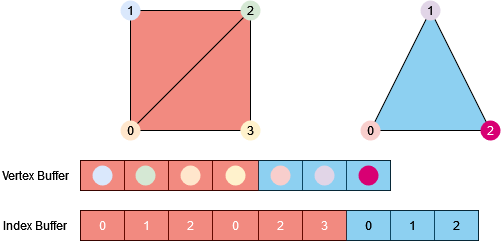
The draw.io diagram partie2/images/vertex_index_buffers_repartition.png in ZaOniRinku/TutorielVulkanFR, before a commit. Source tidied: cells renumbered, new cells last; positions are measured from the earlier drawing's top-left corner, leaving out a move shared by most shapes. The source it was exported from:
```xml
<mxGraphModel>
  <root>
    <mxCell id="0" />
    <mxCell id="1" parent="0" />
    <mxCell id="2" style="triangle;whiteSpace=wrap;html=1;fillColor=#1ba1e2;opacity=50;direction=north;fontColor=#ffffff;strokeColor=none;" parent="1" vertex="1">
      <mxGeometry x="370" y="10" width="120" height="120" as="geometry" />
    </mxCell>
    <mxCell id="3" style="rounded=0;whiteSpace=wrap;html=1;fillColor=#e51400;strokeColor=none;fontColor=#ffffff;opacity=50;" parent="1" vertex="1">
      <mxGeometry x="130" y="10" width="120" height="120" as="geometry" />
    </mxCell>
    <mxCell id="4" style="endArrow=none;html=1;rounded=0;entryX=0.567;entryY=0.317;entryDx=0;entryDy=0;entryPerimeter=0;" parent="1" edge="1">
      <mxGeometry relative="1" as="geometry">
        <mxPoint x="130" y="130" as="sourcePoint" />
        <mxPoint x="130" y="10" as="targetPoint" />
      </mxGeometry>
    </mxCell>
    <mxCell id="5" style="endArrow=none;html=1;rounded=0;entryX=0.533;entryY=0.766;entryDx=0;entryDy=0;entryPerimeter=0;" parent="1" edge="1">
      <mxGeometry relative="1" as="geometry">
        <mxPoint x="130" y="10" as="sourcePoint" />
        <mxPoint x="250" y="10" as="targetPoint" />
      </mxGeometry>
    </mxCell>
    <mxCell id="6" style="endArrow=none;html=1;rounded=0;entryX=0.498;entryY=0.731;entryDx=0;entryDy=0;entryPerimeter=0;startArrow=none;" parent="1" edge="1" source="17">
      <mxGeometry relative="1" as="geometry">
        <mxPoint x="250" y="10" as="targetPoint" />
      </mxGeometry>
    </mxCell>
    <mxCell id="7" style="endArrow=none;html=1;rounded=0;entryX=0.5;entryY=0.5;entryDx=0;entryDy=0;entryPerimeter=0;startArrow=none;" parent="1" edge="1" source="14">
      <mxGeometry relative="1" as="geometry">
        <mxPoint x="250" y="10" as="targetPoint" />
      </mxGeometry>
    </mxCell>
    <mxCell id="8" style="endArrow=none;html=1;rounded=0;entryX=0.567;entryY=0.317;entryDx=0;entryDy=0;entryPerimeter=0;" parent="1" edge="1">
      <mxGeometry relative="1" as="geometry">
        <mxPoint x="370" y="130" as="sourcePoint" />
        <mxPoint x="430" y="10" as="targetPoint" />
      </mxGeometry>
    </mxCell>
    <mxCell id="9" style="endArrow=none;html=1;rounded=0;entryX=0.533;entryY=0.766;entryDx=0;entryDy=0;entryPerimeter=0;" parent="1" edge="1">
      <mxGeometry relative="1" as="geometry">
        <mxPoint x="430" y="10" as="sourcePoint" />
        <mxPoint x="490" y="130" as="targetPoint" />
      </mxGeometry>
    </mxCell>
    <mxCell id="10" style="endArrow=none;html=1;rounded=0;entryX=0.5;entryY=0.5;entryDx=0;entryDy=0;entryPerimeter=0;startArrow=none;" parent="1" edge="1" source="20">
      <mxGeometry relative="1" as="geometry">
        <mxPoint x="490" y="130" as="targetPoint" />
      </mxGeometry>
    </mxCell>
    <mxCell id="11" value="Vertex Buffer" style="text;html=1;strokeColor=none;fillColor=none;align=center;verticalAlign=middle;whiteSpace=wrap;rounded=0;" parent="1" vertex="1">
      <mxGeometry y="160" width="70" height="30" as="geometry" />
    </mxCell>
    <mxCell id="12" value="1" style="ellipse;whiteSpace=wrap;html=1;fillColor=#dae8fc;strokeColor=none;" parent="1" vertex="1">
      <mxGeometry x="120" width="20" height="20" as="geometry" />
    </mxCell>
    <mxCell id="13" style="endArrow=none;html=1;rounded=0;entryX=0.5;entryY=0.5;entryDx=0;entryDy=0;entryPerimeter=0;" parent="1" edge="1" target="14">
      <mxGeometry relative="1" as="geometry">
        <mxPoint x="130" y="130" as="sourcePoint" />
      </mxGeometry>
    </mxCell>
    <mxCell id="14" value="2" style="ellipse;whiteSpace=wrap;html=1;fillColor=#d5e8d4;strokeColor=none;" parent="1" vertex="1">
      <mxGeometry x="240" width="20" height="20" as="geometry" />
    </mxCell>
    <mxCell id="15" style="endArrow=none;html=1;rounded=0;" parent="1" edge="1" target="17">
      <mxGeometry relative="1" as="geometry">
        <mxPoint x="130" y="130" as="sourcePoint" />
      </mxGeometry>
    </mxCell>
    <mxCell id="16" style="endArrow=none;html=1;rounded=0;entryX=0.498;entryY=0.731;entryDx=0;entryDy=0;entryPerimeter=0;" parent="1" edge="1" target="17">
      <mxGeometry relative="1" as="geometry">
        <mxPoint x="250" y="130" as="sourcePoint" />
      </mxGeometry>
    </mxCell>
    <mxCell id="17" value="3" style="ellipse;whiteSpace=wrap;html=1;fillColor=#fff2cc;strokeColor=none;" parent="1" vertex="1">
      <mxGeometry x="240" y="120" width="20" height="20" as="geometry" />
    </mxCell>
    <mxCell id="18" value="1" style="ellipse;whiteSpace=wrap;html=1;fillColor=#e1d5e7;strokeColor=none;" parent="1" vertex="1">
      <mxGeometry x="420" width="20" height="20" as="geometry" />
    </mxCell>
    <mxCell id="19" style="endArrow=none;html=1;rounded=0;entryX=0.5;entryY=0.5;entryDx=0;entryDy=0;entryPerimeter=0;" parent="1" edge="1" target="20">
      <mxGeometry relative="1" as="geometry">
        <mxPoint x="370" y="130" as="sourcePoint" />
      </mxGeometry>
    </mxCell>
    <mxCell id="20" value="2" style="ellipse;whiteSpace=wrap;html=1;fillColor=#d80073;strokeColor=none;fontColor=#ffffff;" parent="1" vertex="1">
      <mxGeometry x="480" y="120" width="20" height="20" as="geometry" />
    </mxCell>
    <mxCell id="21" value="0" style="ellipse;whiteSpace=wrap;html=1;fillColor=#f8cecc;strokeColor=none;" parent="1" vertex="1">
      <mxGeometry x="360" y="120" width="20" height="20" as="geometry" />
    </mxCell>
    <mxCell id="22" style="shape=table;html=1;whiteSpace=wrap;startSize=0;fillColor=default;" parent="1" vertex="1">
      <mxGeometry x="80" y="160" width="310" height="30" as="geometry" />
    </mxCell>
    <mxCell id="23" style="shape=tableRow;horizontal=0;startSize=0;swimlaneHead=0;swimlaneBody=0;top=0;left=0;bottom=0;right=0;fillColor=none;" parent="22" vertex="1">
      <mxGeometry width="310" height="30" as="geometry" />
    </mxCell>
    <mxCell id="24" style="shape=partialRectangle;html=1;whiteSpace=wrap;fillColor=#e51400;top=0;left=0;bottom=0;right=0;overflow=hidden;fontColor=#ffffff;strokeColor=#B20000;opacity=50;" parent="23" vertex="1">
      <mxGeometry width="44" height="30" as="geometry" />
    </mxCell>
    <mxCell id="25" style="shape=partialRectangle;html=1;whiteSpace=wrap;fillColor=#e51400;top=0;left=0;bottom=0;right=0;overflow=hidden;fontColor=#ffffff;strokeColor=#B20000;opacity=50;" parent="23" vertex="1">
      <mxGeometry x="44" width="44" height="30" as="geometry" />
    </mxCell>
    <mxCell id="26" style="shape=partialRectangle;html=1;whiteSpace=wrap;fillColor=#e51400;top=0;left=0;bottom=0;right=0;overflow=hidden;fontColor=#ffffff;strokeColor=#B20000;opacity=50;" parent="23" vertex="1">
      <mxGeometry x="88" width="44" height="30" as="geometry" />
    </mxCell>
    <mxCell id="27" style="shape=partialRectangle;html=1;whiteSpace=wrap;fillColor=#e51400;top=0;left=0;bottom=0;right=0;overflow=hidden;fontColor=#ffffff;strokeColor=#B20000;opacity=50;" parent="23" vertex="1">
      <mxGeometry x="132" width="46" height="30" as="geometry" />
    </mxCell>
    <mxCell id="28" style="shape=partialRectangle;html=1;whiteSpace=wrap;fillColor=#1BA1E2;top=0;left=0;bottom=0;right=0;overflow=hidden;strokeColor=#10739e;opacity=50;" parent="23" vertex="1">
      <mxGeometry x="178" width="44" height="30" as="geometry" />
    </mxCell>
    <mxCell id="29" style="shape=partialRectangle;html=1;whiteSpace=wrap;fillColor=#1BA1E2;top=0;left=0;bottom=0;right=0;overflow=hidden;strokeColor=#10739e;opacity=50;" parent="23" vertex="1">
      <mxGeometry x="222" width="44" height="30" as="geometry" />
    </mxCell>
    <mxCell id="30" style="shape=partialRectangle;html=1;whiteSpace=wrap;fillColor=#1BA1E2;top=0;left=0;bottom=0;right=0;overflow=hidden;strokeColor=#10739e;opacity=50;" parent="23" vertex="1">
      <mxGeometry x="266" width="44" height="30" as="geometry" />
    </mxCell>
    <mxCell id="31" style="ellipse;whiteSpace=wrap;html=1;fillColor=#dae8fc;strokeColor=none;" parent="1" vertex="1">
      <mxGeometry x="92" y="165" width="20" height="20" as="geometry" />
    </mxCell>
    <mxCell id="32" style="ellipse;whiteSpace=wrap;html=1;fillColor=#d5e8d4;strokeColor=none;" parent="1" vertex="1">
      <mxGeometry x="135" y="165" width="20" height="20" as="geometry" />
    </mxCell>
    <mxCell id="33" value="0" style="ellipse;whiteSpace=wrap;html=1;fillColor=#ffe6cc;strokeColor=none;" parent="1" vertex="1">
      <mxGeometry x="120" y="120" width="20" height="20" as="geometry" />
    </mxCell>
    <mxCell id="34" style="ellipse;whiteSpace=wrap;html=1;fillColor=#ffe6cc;strokeColor=none;" parent="1" vertex="1">
      <mxGeometry x="180" y="165" width="20" height="20" as="geometry" />
    </mxCell>
    <mxCell id="35" style="ellipse;whiteSpace=wrap;html=1;fillColor=#f8cecc;strokeColor=none;" parent="1" vertex="1">
      <mxGeometry x="270" y="165" width="20" height="20" as="geometry" />
    </mxCell>
    <mxCell id="36" style="ellipse;whiteSpace=wrap;html=1;fillColor=#e1d5e7;strokeColor=none;" parent="1" vertex="1">
      <mxGeometry x="314" y="165" width="20" height="20" as="geometry" />
    </mxCell>
    <mxCell id="37" style="ellipse;whiteSpace=wrap;html=1;fillColor=#d80073;strokeColor=none;fontColor=#ffffff;" parent="1" vertex="1">
      <mxGeometry x="358" y="165" width="20" height="20" as="geometry" />
    </mxCell>
    <mxCell id="38" style="ellipse;whiteSpace=wrap;html=1;fillColor=#fff2cc;strokeColor=none;" parent="1" vertex="1">
      <mxGeometry x="225" y="165" width="20" height="20" as="geometry" />
    </mxCell>
    <mxCell id="39" value="Index Buffer" style="text;html=1;strokeColor=none;fillColor=none;align=center;verticalAlign=middle;whiteSpace=wrap;rounded=0;" parent="1" vertex="1">
      <mxGeometry y="210" width="70" height="30" as="geometry" />
    </mxCell>
    <mxCell id="40" style="shape=table;html=1;whiteSpace=wrap;startSize=0;fillColor=default;" parent="1" vertex="1">
      <mxGeometry x="80" y="210" width="398" height="30" as="geometry" />
    </mxCell>
    <mxCell id="41" style="shape=tableRow;horizontal=0;startSize=0;swimlaneHead=0;swimlaneBody=0;top=0;left=0;bottom=0;right=0;fillColor=none;" parent="40" vertex="1">
      <mxGeometry width="398" height="30" as="geometry" />
    </mxCell>
    <mxCell id="42" value="0" style="shape=partialRectangle;html=1;whiteSpace=wrap;fillColor=#e51400;top=0;left=0;bottom=0;right=0;overflow=hidden;fontColor=#ffffff;strokeColor=#B20000;opacity=50;" parent="41" vertex="1">
      <mxGeometry width="44" height="30" as="geometry" />
    </mxCell>
    <mxCell id="43" value="1" style="shape=partialRectangle;html=1;whiteSpace=wrap;fillColor=#e51400;top=0;left=0;bottom=0;right=0;overflow=hidden;fontColor=#ffffff;strokeColor=#B20000;opacity=50;" parent="41" vertex="1">
      <mxGeometry x="44" width="44" height="30" as="geometry" />
    </mxCell>
    <mxCell id="44" value="2" style="shape=partialRectangle;html=1;whiteSpace=wrap;fillColor=#e51400;top=0;left=0;bottom=0;right=0;overflow=hidden;fontColor=#ffffff;strokeColor=#B20000;opacity=50;" parent="41" vertex="1">
      <mxGeometry x="88" width="44" height="30" as="geometry" />
    </mxCell>
    <mxCell id="45" value="0" style="shape=partialRectangle;html=1;whiteSpace=wrap;fillColor=#e51400;top=0;left=0;bottom=0;right=0;overflow=hidden;fontColor=#ffffff;strokeColor=#B20000;opacity=50;" parent="41" vertex="1">
      <mxGeometry x="132" width="46" height="30" as="geometry" />
    </mxCell>
    <mxCell id="46" value="2" style="shape=partialRectangle;html=1;whiteSpace=wrap;fillColor=#e51400;top=0;left=0;bottom=0;right=0;overflow=hidden;fontColor=#ffffff;strokeColor=#B20000;opacity=50;" parent="41" vertex="1">
      <mxGeometry x="178" width="44" height="30" as="geometry" />
    </mxCell>
    <mxCell id="47" value="3" style="shape=partialRectangle;html=1;whiteSpace=wrap;fillColor=#e51400;top=0;left=0;bottom=0;right=0;overflow=hidden;fontColor=#ffffff;strokeColor=#B20000;opacity=50;" parent="41" vertex="1">
      <mxGeometry x="222" width="44" height="30" as="geometry" />
    </mxCell>
    <mxCell id="48" value="0" style="shape=partialRectangle;html=1;whiteSpace=wrap;fillColor=#1BA1E2;top=0;left=0;bottom=0;right=0;overflow=hidden;strokeColor=none;opacity=50;" parent="41" vertex="1">
      <mxGeometry x="266" width="44" height="30" as="geometry" />
    </mxCell>
    <mxCell id="49" value="1" style="shape=partialRectangle;html=1;whiteSpace=wrap;fillColor=#1BA1E2;top=0;left=0;bottom=0;right=0;overflow=hidden;strokeColor=none;opacity=50;" parent="41" vertex="1">
      <mxGeometry x="310" width="44" height="30" as="geometry" />
    </mxCell>
    <mxCell id="50" value="2" style="shape=partialRectangle;html=1;whiteSpace=wrap;fillColor=#1BA1E2;top=0;left=0;bottom=0;right=0;overflow=hidden;strokeColor=none;opacity=50;" parent="41" vertex="1">
      <mxGeometry x="354" width="44" height="30" as="geometry" />
    </mxCell>
  </root>
</mxGraphModel>
```
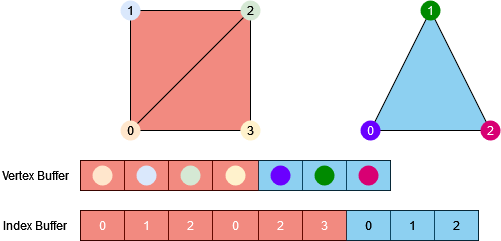
The same file after the commit.

Commit message:
Correction d'un graphique

Change to the diagram source:
```diff
@@ -74,7 +74,7 @@
     <mxCell id="17" value="3" style="ellipse;whiteSpace=wrap;html=1;fillColor=#fff2cc;strokeColor=none;" parent="1" vertex="1">
       <mxGeometry x="240" y="120" width="20" height="20" as="geometry" />
     </mxCell>
-    <mxCell id="18" value="1" style="ellipse;whiteSpace=wrap;html=1;fillColor=#e1d5e7;strokeColor=none;" parent="1" vertex="1">
+    <mxCell id="18" value="1" style="ellipse;whiteSpace=wrap;html=1;fillColor=#008a00;strokeColor=none;fontColor=#ffffff;" parent="1" vertex="1">
       <mxGeometry x="420" width="20" height="20" as="geometry" />
     </mxCell>
     <mxCell id="19" style="endArrow=none;html=1;rounded=0;entryX=0.5;entryY=0.5;entryDx=0;entryDy=0;entryPerimeter=0;" parent="1" edge="1" target="20">
@@ -85,7 +85,7 @@
     <mxCell id="20" value="2" style="ellipse;whiteSpace=wrap;html=1;fillColor=#d80073;strokeColor=none;fontColor=#ffffff;" parent="1" vertex="1">
       <mxGeometry x="480" y="120" width="20" height="20" as="geometry" />
     </mxCell>
-    <mxCell id="21" value="0" style="ellipse;whiteSpace=wrap;html=1;fillColor=#f8cecc;strokeColor=none;" parent="1" vertex="1">
+    <mxCell id="21" value="0" style="ellipse;whiteSpace=wrap;html=1;fillColor=#6a00ff;strokeColor=none;fontColor=#ffffff;" parent="1" vertex="1">
       <mxGeometry x="360" y="120" width="20" height="20" as="geometry" />
     </mxCell>
     <mxCell id="22" style="shape=table;html=1;whiteSpace=wrap;startSize=0;fillColor=default;" parent="1" vertex="1">
@@ -116,21 +116,21 @@
       <mxGeometry x="266" width="44" height="30" as="geometry" />
     </mxCell>
     <mxCell id="31" style="ellipse;whiteSpace=wrap;html=1;fillColor=#dae8fc;strokeColor=none;" parent="1" vertex="1">
-      <mxGeometry x="92" y="165" width="20" height="20" as="geometry" />
+      <mxGeometry x="136" y="165" width="20" height="20" as="geometry" />
     </mxCell>
     <mxCell id="32" style="ellipse;whiteSpace=wrap;html=1;fillColor=#d5e8d4;strokeColor=none;" parent="1" vertex="1">
-      <mxGeometry x="135" y="165" width="20" height="20" as="geometry" />
+      <mxGeometry x="180" y="165" width="20" height="20" as="geometry" />
     </mxCell>
     <mxCell id="33" value="0" style="ellipse;whiteSpace=wrap;html=1;fillColor=#ffe6cc;strokeColor=none;" parent="1" vertex="1">
       <mxGeometry x="120" y="120" width="20" height="20" as="geometry" />
     </mxCell>
     <mxCell id="34" style="ellipse;whiteSpace=wrap;html=1;fillColor=#ffe6cc;strokeColor=none;" parent="1" vertex="1">
-      <mxGeometry x="180" y="165" width="20" height="20" as="geometry" />
+      <mxGeometry x="92" y="165" width="20" height="20" as="geometry" />
     </mxCell>
-    <mxCell id="35" style="ellipse;whiteSpace=wrap;html=1;fillColor=#f8cecc;strokeColor=none;" parent="1" vertex="1">
+    <mxCell id="35" style="ellipse;whiteSpace=wrap;html=1;fillColor=#6a00ff;strokeColor=none;fontColor=#ffffff;" parent="1" vertex="1">
       <mxGeometry x="270" y="165" width="20" height="20" as="geometry" />
     </mxCell>
-    <mxCell id="36" style="ellipse;whiteSpace=wrap;html=1;fillColor=#e1d5e7;strokeColor=none;" parent="1" vertex="1">
+    <mxCell id="36" style="ellipse;whiteSpace=wrap;html=1;fillColor=#008a00;strokeColor=none;fontColor=#ffffff;" parent="1" vertex="1">
       <mxGeometry x="314" y="165" width="20" height="20" as="geometry" />
     </mxCell>
     <mxCell id="37" style="ellipse;whiteSpace=wrap;html=1;fillColor=#d80073;strokeColor=none;fontColor=#ffffff;" parent="1" vertex="1">
```
